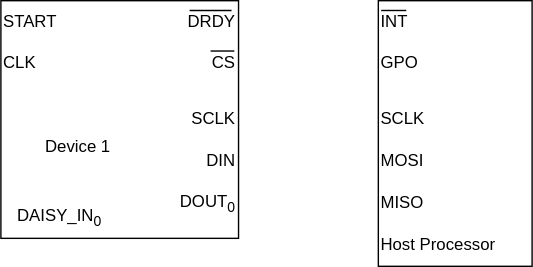
Above: dsp_chips.drawio.svg in mulanfly/diagrams (draw.io), before the change. Source tidied: cells renumbered, new cells last; positions are measured from the earlier drawing's top-left corner, leaving out a move shared by most shapes.
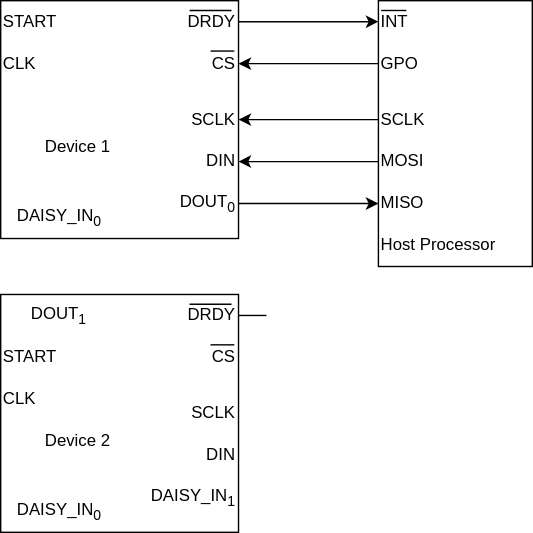
Above is the later version.

Change to the diagram source:
```diff
@@ -11,6 +11,9 @@
     <mxCell id="4" value="CLK" style="text;html=1;strokeColor=none;fillColor=none;align=left;verticalAlign=middle;whiteSpace=wrap;rounded=0;" parent="1" vertex="1">
       <mxGeometry y="30" width="60" height="30" as="geometry" />
     </mxCell>
+    <mxCell id="22" style="edgeStyle=orthogonalEdgeStyle;rounded=0;jettySize=auto;html=1;exitX=1;exitY=0.5;exitDx=0;exitDy=0;" parent="1" edge="1" source="5" target="15">
+      <mxGeometry relative="1" as="geometry" />
+    </mxCell>
     <mxCell id="5" value="DRDY" style="text;html=1;strokeColor=none;fillColor=none;align=right;verticalAlign=middle;whiteSpace=wrap;rounded=0;" parent="1" vertex="1">
       <mxGeometry x="110" width="60" height="30" as="geometry" />
     </mxCell>
@@ -23,6 +26,9 @@
     <mxCell id="8" value="DIN" style="text;html=1;strokeColor=none;fillColor=none;align=right;verticalAlign=middle;whiteSpace=wrap;rounded=0;" parent="1" vertex="1">
       <mxGeometry x="110" y="100" width="60" height="30" as="geometry" />
     </mxCell>
+    <mxCell id="23" style="edgeStyle=orthogonalEdgeStyle;rounded=0;jettySize=auto;html=1;exitX=1;exitY=0.5;exitDx=0;exitDy=0;" parent="1" edge="1" source="9" target="19">
+      <mxGeometry relative="1" as="geometry" />
+    </mxCell>
     <mxCell id="9" value="DOUT&lt;sub&gt;0&lt;/sub&gt;" style="text;html=1;strokeColor=none;fillColor=none;align=right;verticalAlign=middle;whiteSpace=wrap;rounded=0;" parent="1" vertex="1">
       <mxGeometry x="110" y="130" width="60" height="30" as="geometry" />
     </mxCell>
@@ -50,12 +56,21 @@
     <mxCell id="15" value="INT" style="text;html=1;strokeColor=none;fillColor=none;align=left;verticalAlign=middle;whiteSpace=wrap;rounded=0;" parent="1" vertex="1">
       <mxGeometry x="270" width="60" height="30" as="geometry" />
     </mxCell>
+    <mxCell id="24" style="edgeStyle=orthogonalEdgeStyle;rounded=0;jettySize=auto;html=1;exitX=0;exitY=0.5;exitDx=0;exitDy=0;entryX=1;entryY=0.5;entryDx=0;entryDy=0;" parent="1" edge="1" source="16" target="6">
+      <mxGeometry relative="1" as="geometry" />
+    </mxCell>
     <mxCell id="16" value="GPO" style="text;html=1;strokeColor=none;fillColor=none;align=left;verticalAlign=middle;whiteSpace=wrap;rounded=0;" parent="1" vertex="1">
       <mxGeometry x="270" y="30" width="60" height="30" as="geometry" />
     </mxCell>
+    <mxCell id="25" style="edgeStyle=orthogonalEdgeStyle;rounded=0;jettySize=auto;html=1;exitX=0;exitY=0.5;exitDx=0;exitDy=0;entryX=1;entryY=0.5;entryDx=0;entryDy=0;" parent="1" edge="1" source="17" target="7">
+      <mxGeometry relative="1" as="geometry" />
+    </mxCell>
     <mxCell id="17" value="SCLK&lt;span style=&quot;color: rgba(0 , 0 , 0 , 0) ; font-family: monospace ; font-size: 0px&quot;&gt;%3CmxGraphModel%3E%3Croot%3E%3CmxCell%20id%3D%220%22%2F%3E%3CmxCell%20id%3D%221%22%20parent%3D%220%22%2F%3E%3CmxCell%20id%3D%222%22%20value%3D%22INT%22%20style%3D%22text%3Bhtml%3D1%3BstrokeColor%3Dnone%3BfillColor%3Dnone%3Balign%3Dleft%3BverticalAlign%3Dmiddle%3BwhiteSpace%3Dwrap%3Brounded%3D0%3B%22%20vertex%3D%221%22%20parent%3D%221%22%3E%3CmxGeometry%20x%3D%22490%22%20y%3D%2290%22%20width%3D%2260%22%20height%3D%2230%22%20as%3D%22geometry%22%2F%3E%3C%2FmxCell%3E%3C%2Froot%3E%3C%2FmxGraphModel%3E&lt;/span&gt;" style="text;html=1;strokeColor=none;fillColor=none;align=left;verticalAlign=middle;whiteSpace=wrap;rounded=0;" parent="1" vertex="1">
       <mxGeometry x="270" y="70" width="60" height="30" as="geometry" />
     </mxCell>
+    <mxCell id="26" style="edgeStyle=orthogonalEdgeStyle;rounded=0;jettySize=auto;html=1;exitX=0;exitY=0.5;exitDx=0;exitDy=0;entryX=1;entryY=0.5;entryDx=0;entryDy=0;" parent="1" edge="1" source="18" target="8">
+      <mxGeometry relative="1" as="geometry" />
+    </mxCell>
     <mxCell id="18" value="MOSI" style="text;html=1;strokeColor=none;fillColor=none;align=left;verticalAlign=middle;whiteSpace=wrap;rounded=0;" parent="1" vertex="1">
       <mxGeometry x="270" y="100" width="60" height="30" as="geometry" />
     </mxCell>
@@ -71,5 +86,55 @@
         <mxPoint x="290" y="7" as="targetPoint" />
       </mxGeometry>
     </mxCell>
+    <mxCell id="27" style="whiteSpace=wrap;html=1;" parent="1" vertex="1">
+      <mxGeometry y="210" width="170" height="170" as="geometry" />
+    </mxCell>
+    <mxCell id="28" value="START" style="text;html=1;strokeColor=none;fillColor=none;align=left;verticalAlign=middle;whiteSpace=wrap;rounded=0;" parent="1" vertex="1">
+      <mxGeometry y="240" width="60" height="30" as="geometry" />
+    </mxCell>
+    <mxCell id="29" value="CLK" style="text;html=1;strokeColor=none;fillColor=none;align=left;verticalAlign=middle;whiteSpace=wrap;rounded=0;" parent="1" vertex="1">
+      <mxGeometry y="270" width="60" height="30" as="geometry" />
+    </mxCell>
+    <mxCell id="30" value="DRDY" style="text;html=1;strokeColor=none;fillColor=none;align=right;verticalAlign=middle;whiteSpace=wrap;rounded=0;" parent="1" vertex="1">
+      <mxGeometry x="110" y="210" width="60" height="30" as="geometry" />
+    </mxCell>
+    <mxCell id="31" value="CS" style="text;html=1;strokeColor=none;fillColor=none;align=right;verticalAlign=middle;whiteSpace=wrap;rounded=0;" parent="1" vertex="1">
+      <mxGeometry x="110" y="240" width="60" height="30" as="geometry" />
+    </mxCell>
+    <mxCell id="32" value="SCLK" style="text;html=1;strokeColor=none;fillColor=none;align=right;verticalAlign=middle;whiteSpace=wrap;rounded=0;" parent="1" vertex="1">
+      <mxGeometry x="110" y="280" width="60" height="30" as="geometry" />
+    </mxCell>
+    <mxCell id="33" value="DIN" style="text;html=1;strokeColor=none;fillColor=none;align=right;verticalAlign=middle;whiteSpace=wrap;rounded=0;" parent="1" vertex="1">
+      <mxGeometry x="110" y="310" width="60" height="30" as="geometry" />
+    </mxCell>
+    <mxCell id="34" value="DAISY_IN&lt;sub&gt;1&lt;/sub&gt;" style="text;html=1;strokeColor=none;fillColor=none;align=right;verticalAlign=middle;whiteSpace=wrap;rounded=0;" parent="1" vertex="1">
+      <mxGeometry x="110" y="340" width="60" height="30" as="geometry" />
+    </mxCell>
+    <mxCell id="35" value="Device 2" style="text;html=1;strokeColor=none;fillColor=none;align=left;verticalAlign=middle;whiteSpace=wrap;rounded=0;" parent="1" vertex="1">
+      <mxGeometry x="30" y="300" width="60" height="30" as="geometry" />
+    </mxCell>
+    <mxCell id="36" value="DAISY_IN&lt;sub&gt;0&lt;/sub&gt;" style="text;html=1;strokeColor=none;fillColor=none;align=left;verticalAlign=middle;whiteSpace=wrap;rounded=0;" parent="1" vertex="1">
+      <mxGeometry x="10" y="350" width="60" height="30" as="geometry" />
+    </mxCell>
+    <mxCell id="37" style="endArrow=none;html=1;rounded=0;" parent="1" edge="1">
+      <mxGeometry relative="1" as="geometry">
+        <mxPoint x="135" y="217" as="sourcePoint" />
+        <mxPoint x="165" y="217" as="targetPoint" />
+      </mxGeometry>
+    </mxCell>
+    <mxCell id="38" style="endArrow=none;html=1;rounded=0;" parent="1" edge="1">
+      <mxGeometry relative="1" as="geometry">
+        <mxPoint x="150" y="246" as="sourcePoint" />
+        <mxPoint x="167" y="246" as="targetPoint" />
+      </mxGeometry>
+    </mxCell>
+    <mxCell id="39" value="DOUT&lt;sub&gt;1&lt;/sub&gt;" style="text;html=1;strokeColor=none;fillColor=none;align=left;verticalAlign=middle;whiteSpace=wrap;rounded=0;" parent="1" vertex="1">
+      <mxGeometry x="20" y="210" width="60" height="30" as="geometry" />
+    </mxCell>
+    <mxCell id="40" style="endArrow=none;html=1;rounded=0;exitX=1;exitY=0.5;exitDx=0;exitDy=0;" parent="1" edge="1" source="30">
+      <mxGeometry relative="1" as="geometry">
+        <mxPoint x="190" y="225" as="targetPoint" />
+      </mxGeometry>
+    </mxCell>
   </root>
 </mxGraphModel>
```
